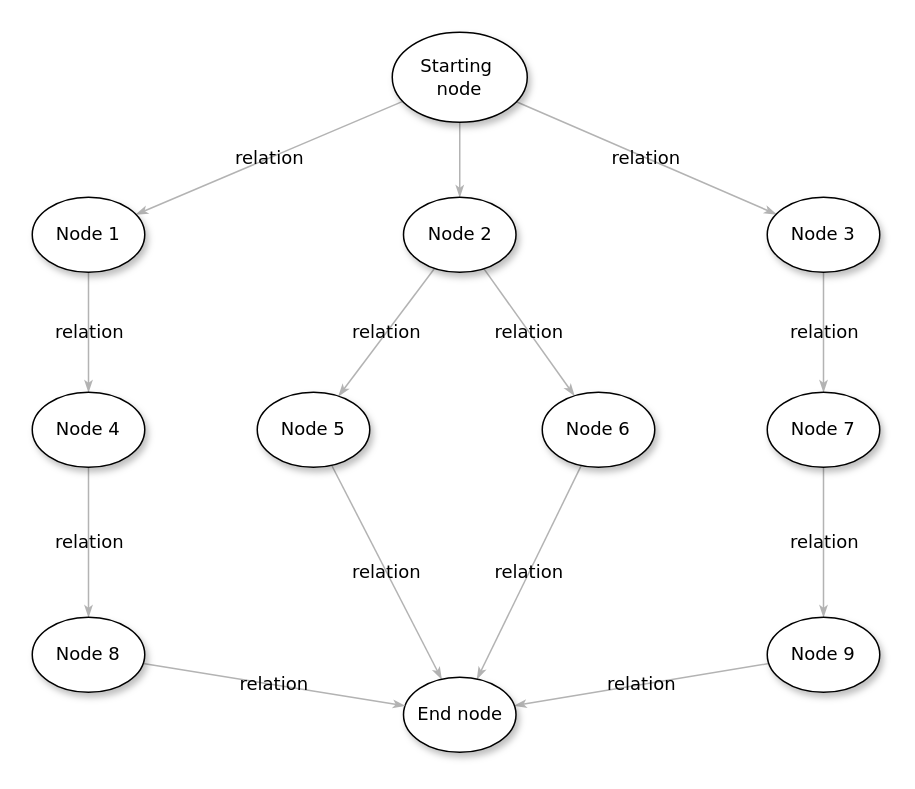
This is Untitled Diagram.drawio from Iturraider/OnlineTutorials-1, a draw.io file, before an edit. Source tidied: cells renumbered, new cells numbered last; positions are measured from the earlier drawing's top-left corner, leaving out a move shared by most shapes. Both pictures are drawn from the tidied source at 150%, with x=0, y=0 at pixel (32, 32).
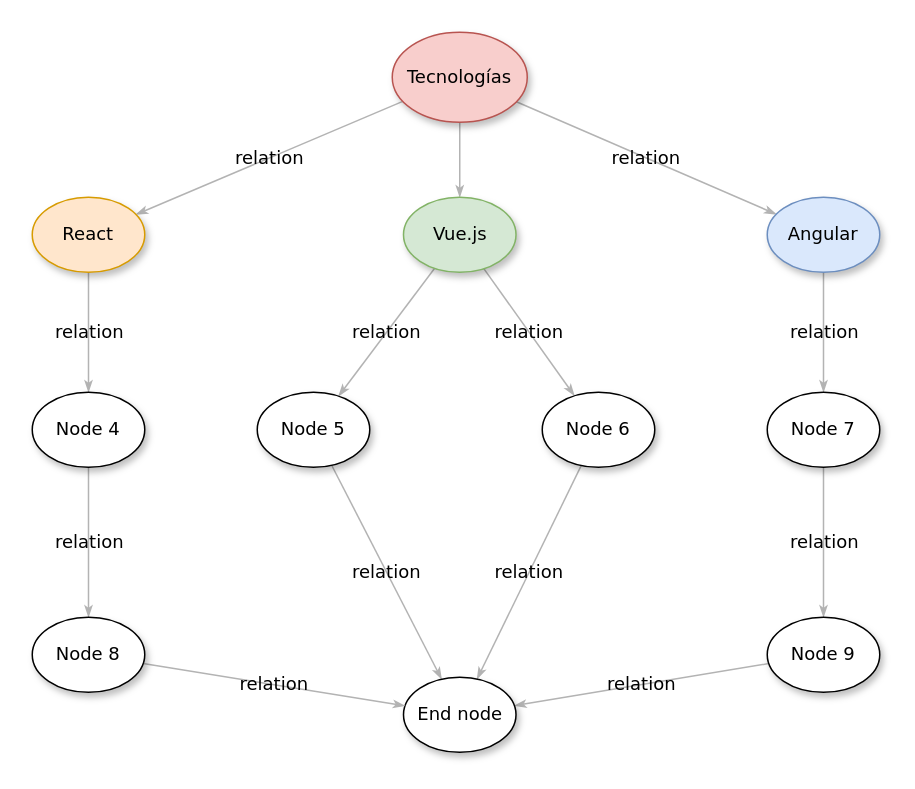
Above is the later version.

Change to the diagram source:
```diff
@@
-    <mxCell id="5" value="Starting&amp;nbsp;&lt;div&gt;node&lt;/div&gt;" style="ellipse;whiteSpace=wrap;html=1;rounded=0;shadow=1;comic=0;labelBackgroundColor=none;strokeWidth=1;fontFamily=Verdana;fontSize=12;align=center;" parent="1" vertex="1">
+    <mxCell id="5" value="Tecnologías" style="ellipse;whiteSpace=wrap;html=1;rounded=0;shadow=1;comic=0;labelBackgroundColor=none;strokeWidth=1;fontFamily=Verdana;fontSize=12;align=center;fillColor=#f8cecc;strokeColor=#b85450;sketch=0;" parent="1" vertex="1">
       <mxGeometry x="240" width="90" height="60" as="geometry" />
     </mxCell>
@@
-    <mxCell id="8" value="&lt;span&gt;Node 2&lt;/span&gt;" style="ellipse;whiteSpace=wrap;html=1;rounded=0;shadow=1;comic=0;labelBackgroundColor=none;strokeWidth=1;fontFamily=Verdana;fontSize=12;align=center;" parent="1" vertex="1">
+    <mxCell id="8" value="&lt;span&gt;Vue.js&lt;/span&gt;" style="ellipse;whiteSpace=wrap;html=1;rounded=0;shadow=1;comic=0;labelBackgroundColor=none;strokeWidth=1;fontFamily=Verdana;fontSize=12;align=center;fillColor=#d5e8d4;strokeColor=#82b366;" parent="1" vertex="1">
       <mxGeometry x="247.5" y="110" width="75" height="50" as="geometry" />
     </mxCell>
@@
-    <mxCell id="10" value="&lt;span&gt;Node 3&lt;/span&gt;" style="ellipse;whiteSpace=wrap;html=1;rounded=0;shadow=1;comic=0;labelBackgroundColor=none;strokeWidth=1;fontFamily=Verdana;fontSize=12;align=center;" parent="1" vertex="1">
+    <mxCell id="10" value="&lt;span&gt;Angular&lt;/span&gt;" style="ellipse;whiteSpace=wrap;html=1;rounded=0;shadow=1;comic=0;labelBackgroundColor=none;strokeWidth=1;fontFamily=Verdana;fontSize=12;align=center;fillColor=#dae8fc;strokeColor=#6c8ebf;" parent="1" vertex="1">
       <mxGeometry x="490" y="110" width="75" height="50" as="geometry" />
     </mxCell>
@@
-    <mxCell id="21" value="Node 1" style="ellipse;whiteSpace=wrap;html=1;rounded=0;shadow=1;comic=0;labelBackgroundColor=none;strokeWidth=1;fontFamily=Verdana;fontSize=12;align=center;" parent="1" vertex="1">
+    <mxCell id="21" value="React" style="ellipse;whiteSpace=wrap;html=1;rounded=0;shadow=1;comic=0;labelBackgroundColor=none;strokeWidth=1;fontFamily=Verdana;fontSize=12;align=center;fillColor=#ffe6cc;strokeColor=#d79b00;" parent="1" vertex="1">
       <mxGeometry y="110" width="75" height="50" as="geometry" />
     </mxCell>
```
